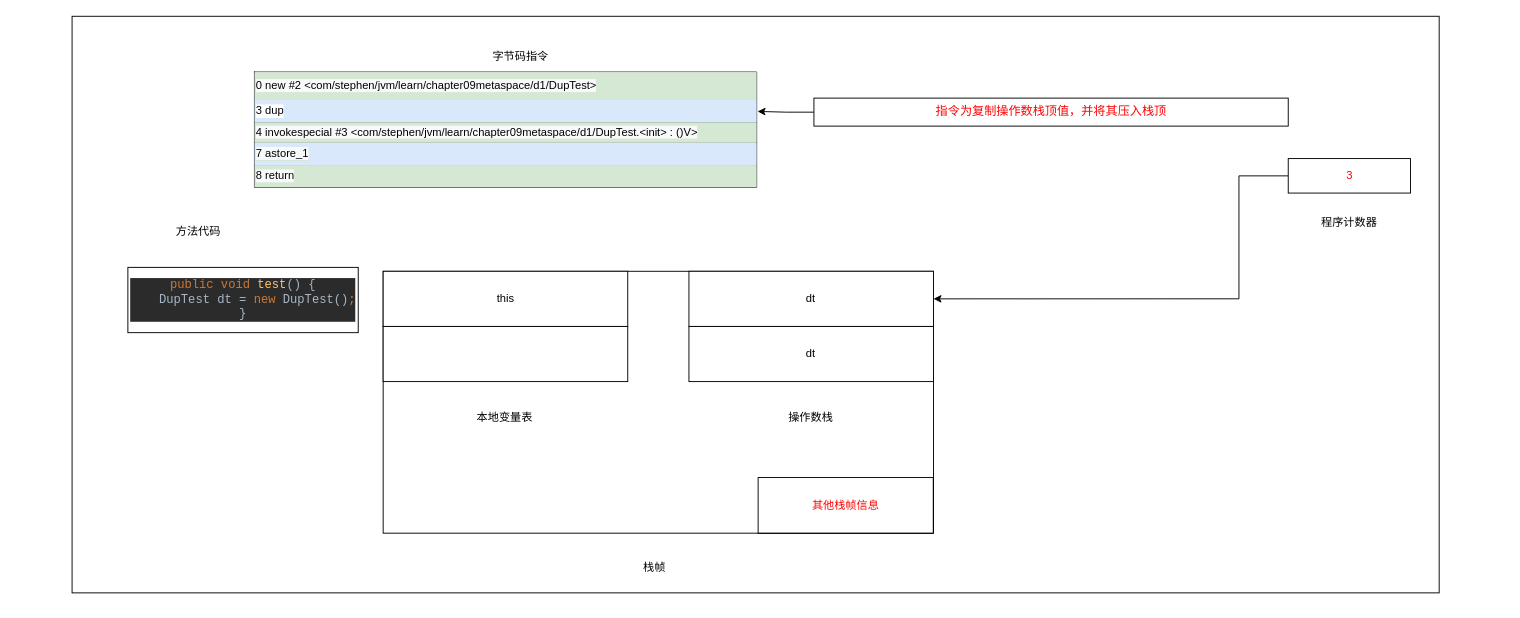
This is page "新建对象dup流程2" (2 of 5) of src/main/java/com/stephen/jvm/learn/drawio/vmstack_dup指令用法2新建对象.drawio from ruoshuisq/jvm-learn, a draw.io file, before an edit. Source tidied: cells renumbered, new cells numbered last; positions are measured from the earlier drawing's top-left corner, leaving out a move shared by most shapes. Both pictures are drawn from the tidied source at 93%, with x=0, y=0 at pixel (16, 16).
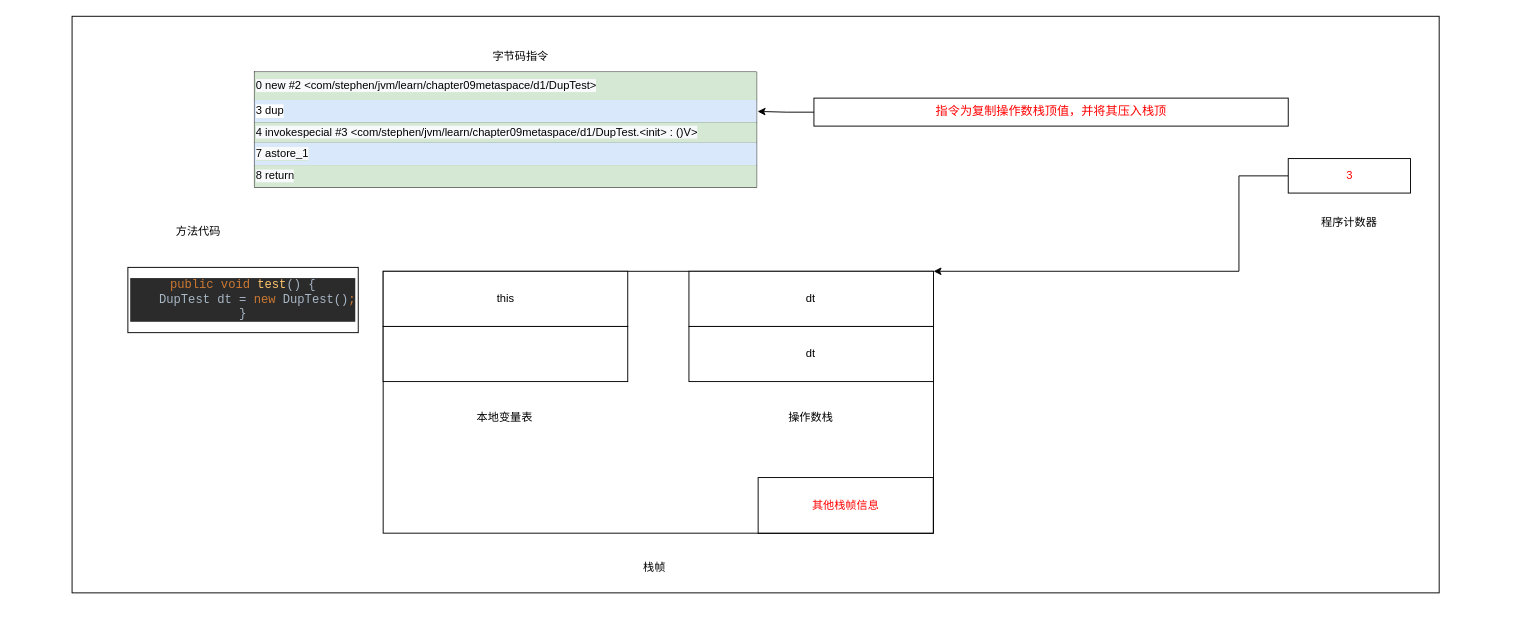
The same page after the edit.

Unchanged cells that the change refers to:
```xml
<mxCell id="4" style="group;" parent="3" vertex="1">
  <mxGeometry x="87.7" y="22.2" width="1453.2" height="592.9" as="geometry" />
</mxCell>
<mxCell id="11" value="dt" style="rounded=0;whiteSpace=wrap;html=1;strokeColor=default;" parent="4" vertex="1">
  <mxGeometry x="635.6" y="252" width="263" height="59.3" as="geometry" />
</mxCell>
<mxCell id="14" value="&lt;font color=&quot;#ff0000&quot;&gt;3&lt;/font&gt;" style="rounded=0;whiteSpace=wrap;html=1;strokeColor=default;" parent="4" vertex="1">
  <mxGeometry x="1280" y="130.8" width="131.5" height="37.1" as="geometry" />
</mxCell>
```

Change to the diagram source:
```diff
@@
-    <mxCell id="13" style="edgeStyle=orthogonalEdgeStyle;rounded=0;jettySize=auto;html=1;entryX=1;entryY=0.5;entryDx=0;entryDy=0;" parent="4" edge="1" source="14" target="11">
+    <mxCell id="13" style="edgeStyle=orthogonalEdgeStyle;rounded=0;jettySize=auto;html=1;entryX=1;entryY=0;entryDx=0;entryDy=0;" parent="4" edge="1" source="14" target="11">
       <mxGeometry relative="1" as="geometry">
         <Array as="points">
           <mxPoint x="1227" y="149" />
-          <mxPoint x="1227" y="282" />
+          <mxPoint x="1227" y="252" />
         </Array>
       </mxGeometry>
     </mxCell>
```
